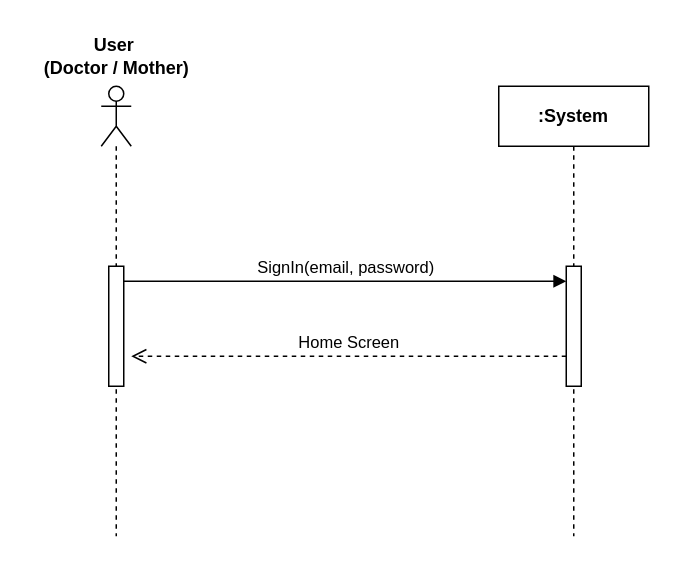
Earlier version of the draw.io diagram page "SignIn" (1 of 15) of Documentations/Diagrams and Other Stuff/All SSD.drawio (kswork859/IoT-Mother-Fetus-Health-Monitoring). Source tidied: cells renumbered, new cells numbered last; positions are measured from the earlier drawing's top-left corner, leaving out a move shared by most shapes. Both pictures are drawn from the tidied source at 150%, with x=0, y=0 at pixel (26, 26).
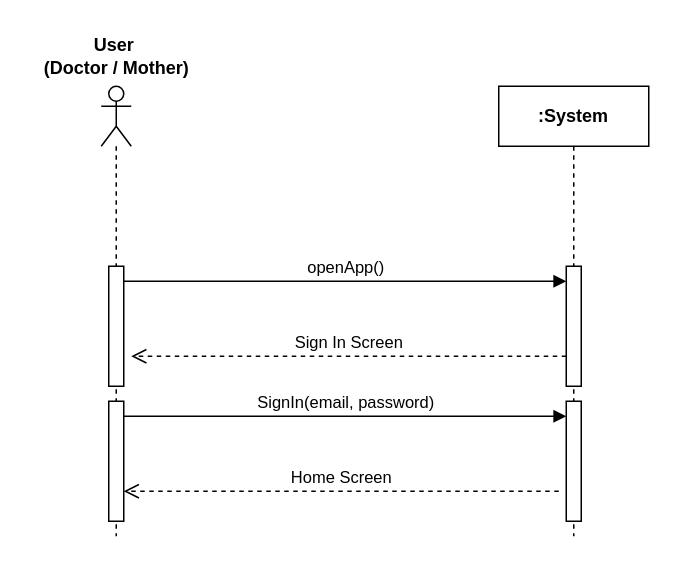
The same page after the edit.

The edit, as a diff of the source:
```diff
@@
 <mxGraphModel>
   <root>
     <mxCell id="0" />
     <mxCell id="1" parent="0" />
+    <mxCell id="4" style="shape=umlLifeline;perimeter=lifelinePerimeter;whiteSpace=wrap;html=1;newEdgeStyle={&quot;curved&quot;:0,&quot;rounded&quot;:0};participant=umlActor;" parent="1" vertex="1">
+      <mxGeometry x="50" y="40" width="20" height="300" as="geometry" />
+    </mxCell>
     <mxCell id="2" value="&lt;b&gt;:System&lt;/b&gt;" style="shape=umlLifeline;perimeter=lifelinePerimeter;whiteSpace=wrap;html=1;newEdgeStyle={&quot;curved&quot;:0,&quot;rounded&quot;:0};" parent="1" vertex="1">
       <mxGeometry x="315" y="40" width="100" height="300" as="geometry" />
     </mxCell>
+    <mxCell id="9" style="html=1;perimeter=orthogonalPerimeter;targetShapes=umlLifeline;newEdgeStyle={&quot;curved&quot;:0,&quot;rounded&quot;:0};" parent="2" vertex="1">
+      <mxGeometry x="-260" y="210" width="10" height="80" as="geometry" />
+    </mxCell>
+    <mxCell id="10" style="html=1;perimeter=orthogonalPerimeter;targetShapes=umlLifeline;newEdgeStyle={&quot;curved&quot;:0,&quot;rounded&quot;:0};" parent="2" vertex="1">
+      <mxGeometry x="45" y="210" width="10" height="80" as="geometry" />
+    </mxCell>
     <mxCell id="3" style="html=1;points=[[0,0,0,0,5],[0,1,0,0,-5],[1,0,0,0,5],[1,1,0,0,-5]];perimeter=orthogonalPerimeter;outlineConnect=0;targetShapes=umlLifeline;portConstraint=eastwest;newEdgeStyle={&quot;curved&quot;:0,&quot;rounded&quot;:0};" parent="1" vertex="1">
       <mxGeometry x="360" y="160" width="10" height="80" as="geometry" />
     </mxCell>
-    <mxCell id="4" style="shape=umlLifeline;perimeter=lifelinePerimeter;whiteSpace=wrap;html=1;newEdgeStyle={&quot;curved&quot;:0,&quot;rounded&quot;:0};participant=umlActor;" parent="1" vertex="1">
-      <mxGeometry x="50" y="40" width="20" height="300" as="geometry" />
-    </mxCell>
-    <mxCell id="5" value="SignIn(email, password)" style="html=1;verticalAlign=bottom;endArrow=block;curved=0;rounded=0;" parent="1" edge="1" source="8">
+    <mxCell id="5" value="openApp()" style="html=1;verticalAlign=bottom;endArrow=block;curved=0;rounded=0;" parent="1" edge="1" source="8">
       <mxGeometry relative="1" as="geometry">
         <mxPoint x="360" y="170" as="targetPoint" />
       </mxGeometry>
     </mxCell>
-    <mxCell id="6" value="Home Screen" style="html=1;verticalAlign=bottom;endArrow=open;dashed=1;endSize=8;curved=0;rounded=0;" parent="1" edge="1" source="3">
+    <mxCell id="6" value="Sign In Screen" style="html=1;verticalAlign=bottom;endArrow=open;dashed=1;endSize=8;curved=0;rounded=0;" parent="1" edge="1" source="3">
       <mxGeometry relative="1" as="geometry">
         <mxPoint x="70" y="220" as="targetPoint" />
       </mxGeometry>
     </mxCell>
     <mxCell id="7" value="&lt;b&gt;User&amp;nbsp;&lt;/b&gt;&lt;div&gt;&lt;b&gt;(Doctor / Mother)&lt;/b&gt;&lt;/div&gt;" style="text;html=1;align=center;verticalAlign=middle;strokeColor=none;fillColor=none;" parent="1" vertex="1">
       <mxGeometry width="120" height="40" as="geometry" />
     </mxCell>
     <mxCell id="8" style="html=1;points=[[0,0,0,0,5],[0,1,0,0,-5],[1,0,0,0,5],[1,1,0,0,-5]];perimeter=orthogonalPerimeter;outlineConnect=0;targetShapes=umlLifeline;portConstraint=eastwest;newEdgeStyle={&quot;curved&quot;:0,&quot;rounded&quot;:0};" parent="1" vertex="1">
       <mxGeometry x="55" y="160" width="10" height="80" as="geometry" />
     </mxCell>
+    <mxCell id="11" value="SignIn(email, password)" style="html=1;verticalAlign=bottom;endArrow=block;curved=0;rounded=0;" parent="1" edge="1">
+      <mxGeometry relative="1" as="geometry">
+        <mxPoint x="65" y="260" as="sourcePoint" />
+        <mxPoint x="360" y="260" as="targetPoint" />
+      </mxGeometry>
+    </mxCell>
+    <mxCell id="12" value="Home Screen" style="html=1;verticalAlign=bottom;endArrow=open;dashed=1;endSize=8;curved=0;rounded=0;" parent="1" edge="1">
+      <mxGeometry relative="1" as="geometry">
+        <mxPoint x="355" y="310" as="sourcePoint" />
+        <mxPoint x="65" y="310" as="targetPoint" />
+      </mxGeometry>
+    </mxCell>
   </root>
 </mxGraphModel>
```
